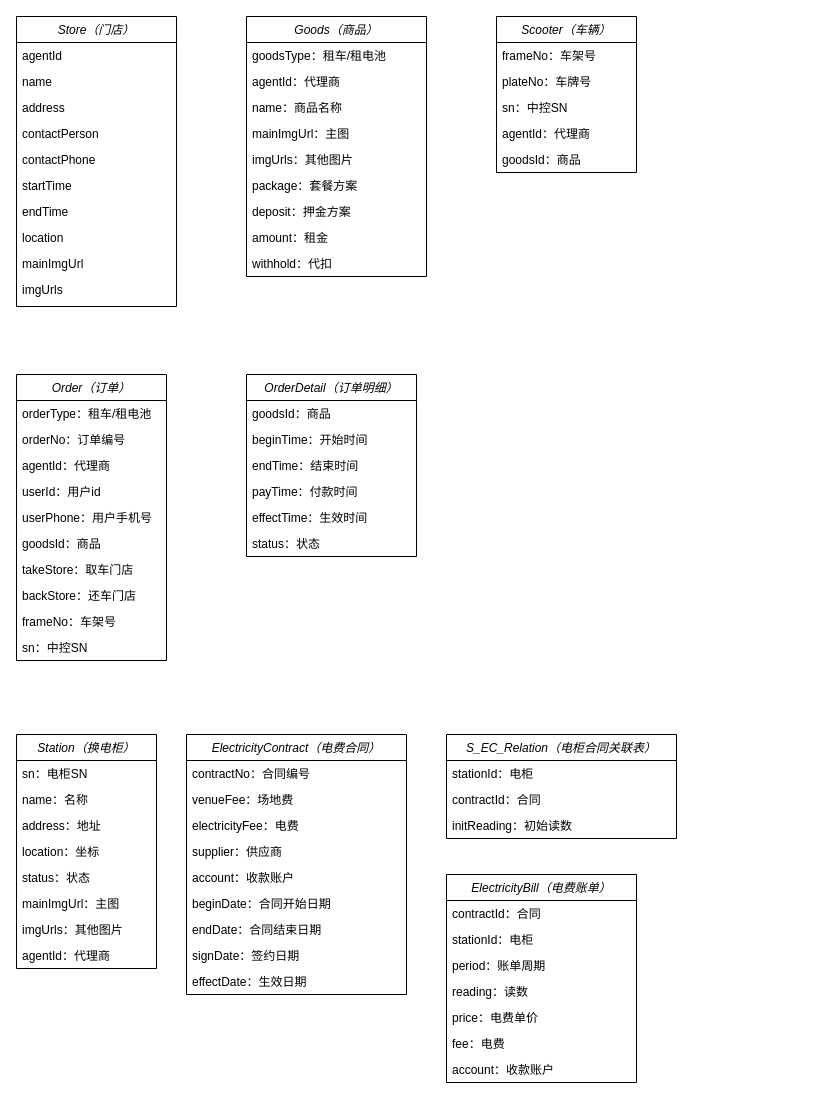
Before: 换电SaaS平台.drawio in vikey5210000/diagrams, a draw.io diagram. Source tidied: cells renumbered, new cells numbered last; positions are measured from the earlier drawing's top-left corner, leaving out a move shared by most shapes. Both pictures are drawn from the tidied source at 100%, with x=0, y=0 at pixel (16, 16).
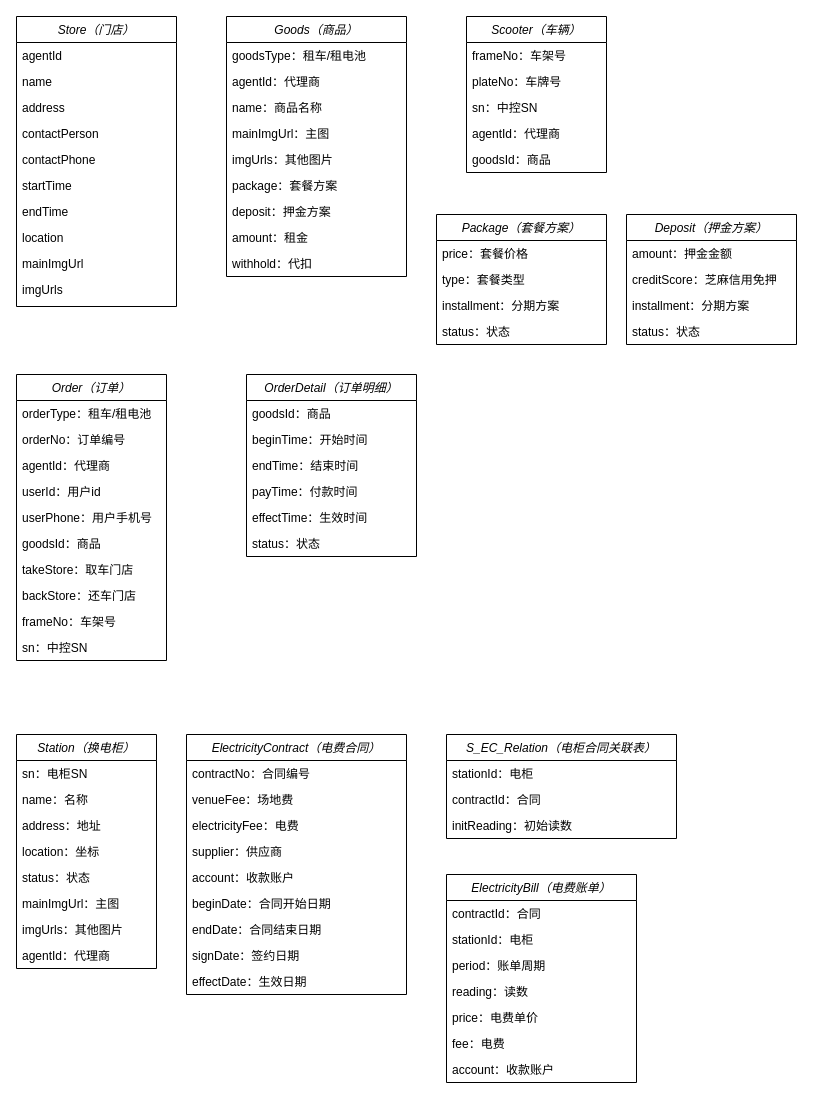
After the change.

Commit message:
新增套餐方案和押金方案

Diff of the diagram source:
```diff
@@
     <mxCell id="2" value="Goods（商品）" style="swimlane;fontStyle=2;align=center;verticalAlign=top;horizontal=1;startSize=26;rounded=0;shadow=0;strokeWidth=1;" parent="1" vertex="1">
-      <mxGeometry x="230" width="180" height="260" as="geometry" />
+      <mxGeometry x="210" width="180" height="260" as="geometry" />
     </mxCell>
@@
     <mxCell id="23" value="Scooter（车辆）" style="swimlane;fontStyle=2;horizontal=1;startSize=26;fillColor=none;" parent="1" vertex="1">
-      <mxGeometry x="480" width="140" height="156" as="geometry" />
+      <mxGeometry x="450" width="140" height="156" as="geometry" />
     </mxCell>
@@
+    <mxCell id="78" value="Package（套餐方案）" style="swimlane;fontStyle=2;horizontal=1;startSize=26;fillColor=none;" parent="1" vertex="1">
+      <mxGeometry x="420" y="198" width="170" height="130" as="geometry" />
+    </mxCell>
+    <mxCell id="79" value="price：套餐价格" style="text;strokeColor=none;fillColor=none;align=left;verticalAlign=top;spacingLeft=4;spacingRight=4;overflow=hidden;" parent="78" vertex="1">
+      <mxGeometry y="26" width="170" height="26" as="geometry" />
+    </mxCell>
+    <mxCell id="80" value="type：套餐类型" style="text;strokeColor=none;fillColor=none;align=left;verticalAlign=top;spacingLeft=4;spacingRight=4;overflow=hidden;" parent="78" vertex="1">
+      <mxGeometry y="52" width="170" height="26" as="geometry" />
+    </mxCell>
+    <mxCell id="81" value="installment：分期方案" style="text;strokeColor=none;fillColor=none;align=left;verticalAlign=top;spacingLeft=4;spacingRight=4;overflow=hidden;" parent="78" vertex="1">
+      <mxGeometry y="78" width="170" height="26" as="geometry" />
+    </mxCell>
+    <mxCell id="82" value="status：状态" style="text;strokeColor=none;fillColor=none;align=left;verticalAlign=top;spacingLeft=4;spacingRight=4;overflow=hidden;" parent="78" vertex="1">
+      <mxGeometry y="104" width="170" height="26" as="geometry" />
+    </mxCell>
+    <mxCell id="83" value="Deposit（押金方案）" style="swimlane;fontStyle=2;horizontal=1;startSize=26;fillColor=none;" parent="1" vertex="1">
+      <mxGeometry x="610" y="198" width="170" height="130" as="geometry" />
+    </mxCell>
+    <mxCell id="84" value="amount：押金金额" style="text;strokeColor=none;fillColor=none;align=left;verticalAlign=top;spacingLeft=4;spacingRight=4;overflow=hidden;" parent="83" vertex="1">
+      <mxGeometry y="26" width="170" height="26" as="geometry" />
+    </mxCell>
+    <mxCell id="85" value="creditScore：芝麻信用免押" style="text;strokeColor=none;fillColor=none;align=left;verticalAlign=top;spacingLeft=4;spacingRight=4;overflow=hidden;" parent="83" vertex="1">
+      <mxGeometry y="52" width="170" height="26" as="geometry" />
+    </mxCell>
+    <mxCell id="86" value="installment：分期方案" style="text;strokeColor=none;fillColor=none;align=left;verticalAlign=top;spacingLeft=4;spacingRight=4;overflow=hidden;" parent="83" vertex="1">
+      <mxGeometry y="78" width="170" height="26" as="geometry" />
+    </mxCell>
+    <mxCell id="87" value="status：状态" style="text;strokeColor=none;fillColor=none;align=left;verticalAlign=top;spacingLeft=4;spacingRight=4;overflow=hidden;" parent="83" vertex="1">
+      <mxGeometry y="104" width="170" height="26" as="geometry" />
+    </mxCell>
```
